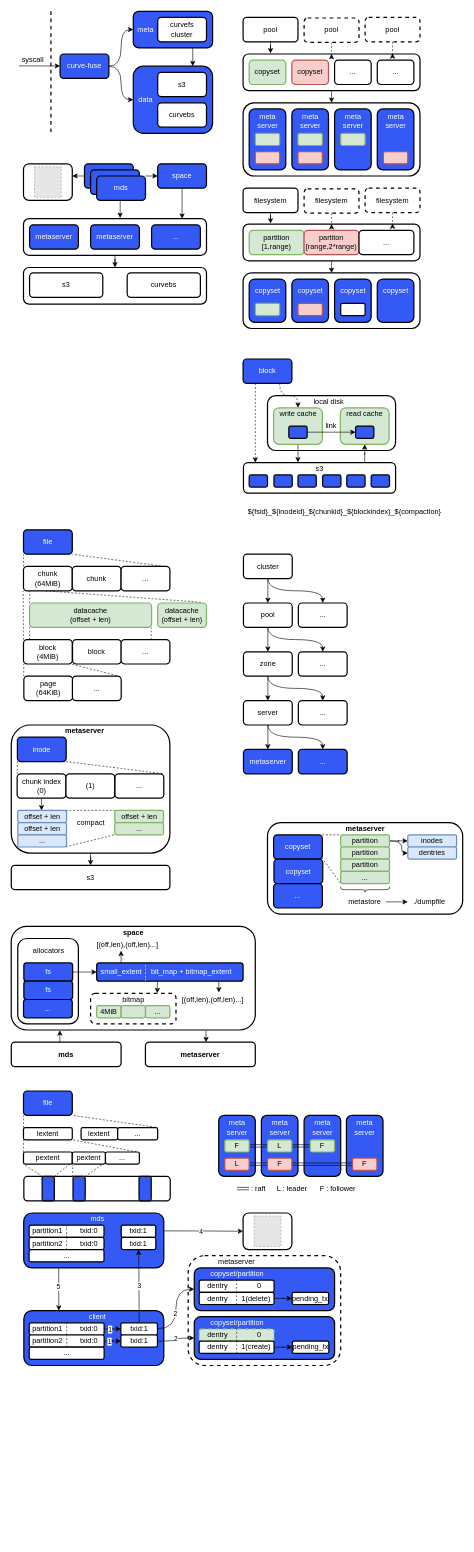
This is page "curvefs" (1 of 2) of curve/curve.drawio from EarthWind/deeparch, a draw.io file, before an edit. Source tidied: cells renumbered, new cells numbered last; positions are measured from the earlier drawing's top-left corner, leaving out a move shared by most shapes. Both pictures are drawn from the tidied source at 61%, with x=0, y=0 at pixel (11, 11). Pictures stored in the file or linked from it are replaced by grey dashed boxes.
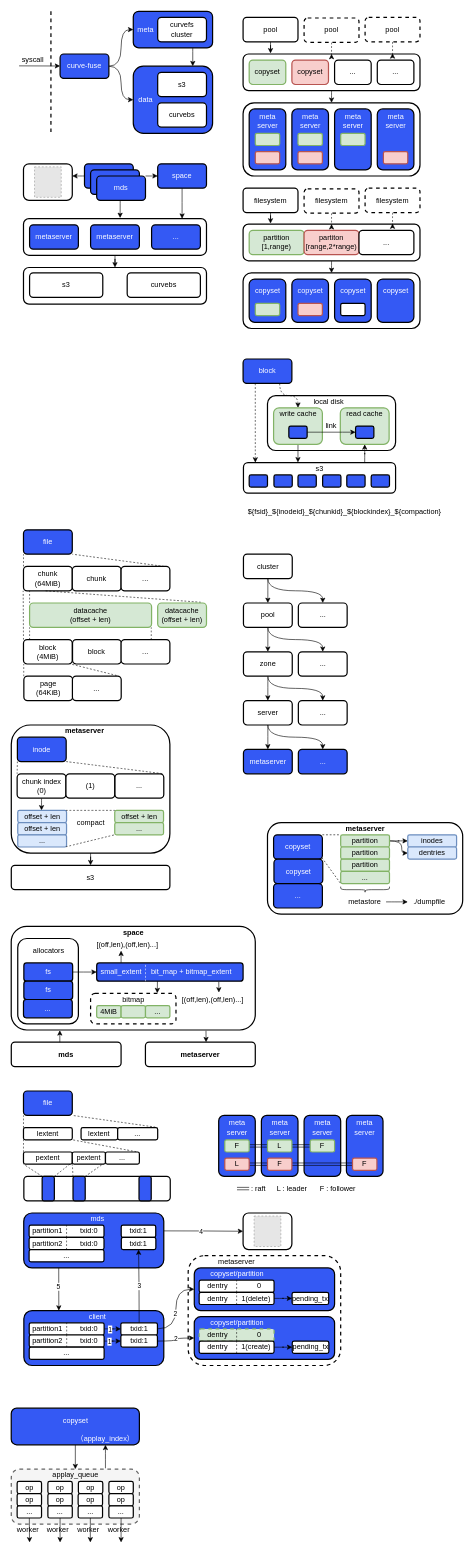
The same page after the edit.

Change to the diagram source:
```diff
@@
+    <mxCell id="336" style="rounded=1;whiteSpace=wrap;html=1;strokeWidth=2;fillWeight=1;hachureGap=4;hachureAngle=45;sketch=0;shadow=0;dashed=1;fillColor=#f5f5f5;fontColor=#333333;strokeColor=#666666;" parent="1" vertex="1">
+      <mxGeometry y="2390" width="210" height="90" as="geometry" />
+    </mxCell>
@@
+    <mxCell id="337" style="edgeStyle=orthogonalEdgeStyle;rounded=0;jettySize=auto;html=1;curved=1;" parent="1" edge="1" source="338" target="336">
+      <mxGeometry relative="1" as="geometry" />
+    </mxCell>
+    <mxCell id="338" style="rounded=1;whiteSpace=wrap;html=1;strokeWidth=2;fillWeight=1;hachureGap=4;hachureAngle=45;sketch=0;shadow=0;fillColor=#3459F4;fontColor=#FFFFFF;" parent="1" vertex="1">
+      <mxGeometry x="-0.1" y="2290" width="210.1" height="60" as="geometry" />
+    </mxCell>
+    <mxCell id="339" value="op" style="rounded=1;whiteSpace=wrap;html=1;strokeWidth=2;fillWeight=1;hachureGap=4;hachureAngle=45;sketch=0;shadow=0;" parent="1" vertex="1">
+      <mxGeometry x="60" y="2410" width="40" height="20" as="geometry" />
+    </mxCell>
+    <mxCell id="340" value="op" style="rounded=1;whiteSpace=wrap;html=1;strokeWidth=2;fillWeight=1;hachureGap=4;hachureAngle=45;sketch=0;shadow=0;" parent="1" vertex="1">
+      <mxGeometry x="60" y="2430" width="40" height="20" as="geometry" />
+    </mxCell>
+    <mxCell id="341" value="op" style="rounded=1;whiteSpace=wrap;html=1;strokeWidth=2;fillWeight=1;hachureGap=4;hachureAngle=45;sketch=0;shadow=0;" parent="1" vertex="1">
+      <mxGeometry x="110" y="2410" width="40" height="20" as="geometry" />
+    </mxCell>
+    <mxCell id="342" value="op" style="rounded=1;whiteSpace=wrap;html=1;strokeWidth=2;fillWeight=1;hachureGap=4;hachureAngle=45;sketch=0;shadow=0;" parent="1" vertex="1">
+      <mxGeometry x="109.6" y="2430" width="40" height="20" as="geometry" />
+    </mxCell>
+    <mxCell id="343" value="op" style="rounded=1;whiteSpace=wrap;html=1;strokeWidth=2;fillWeight=1;hachureGap=4;hachureAngle=45;sketch=0;shadow=0;" parent="1" vertex="1">
+      <mxGeometry x="160" y="2410" width="40" height="20" as="geometry" />
+    </mxCell>
+    <mxCell id="344" value="op" style="rounded=1;whiteSpace=wrap;html=1;strokeWidth=2;fillWeight=1;hachureGap=4;hachureAngle=45;sketch=0;shadow=0;" parent="1" vertex="1">
+      <mxGeometry x="160" y="2430" width="40" height="20" as="geometry" />
+    </mxCell>
+    <mxCell id="345" value="op" style="rounded=1;whiteSpace=wrap;html=1;strokeWidth=2;fillWeight=1;hachureGap=4;hachureAngle=45;sketch=0;shadow=0;" parent="1" vertex="1">
+      <mxGeometry x="9.6" y="2410" width="40" height="20" as="geometry" />
+    </mxCell>
+    <mxCell id="346" value="op" style="rounded=1;whiteSpace=wrap;html=1;strokeWidth=2;fillWeight=1;hachureGap=4;hachureAngle=45;sketch=0;shadow=0;" parent="1" vertex="1">
+      <mxGeometry x="9.6" y="2430" width="40" height="20" as="geometry" />
+    </mxCell>
+    <mxCell id="347" style="edgeStyle=orthogonalEdgeStyle;curved=1;rounded=0;jettySize=auto;html=1;fontColor=#FFFFFF;" parent="1" edge="1" source="348">
+      <mxGeometry relative="1" as="geometry">
+        <mxPoint x="30" y="2510" as="targetPoint" />
+      </mxGeometry>
+    </mxCell>
+    <mxCell id="348" value="..." style="rounded=1;whiteSpace=wrap;html=1;strokeWidth=2;fillWeight=1;hachureGap=4;hachureAngle=45;sketch=0;shadow=0;" parent="1" vertex="1">
+      <mxGeometry x="9.6" y="2450" width="40" height="20" as="geometry" />
+    </mxCell>
+    <mxCell id="349" style="edgeStyle=orthogonalEdgeStyle;curved=1;rounded=0;jettySize=auto;html=1;fontColor=#FFFFFF;startArrow=none;startFill=0;endArrow=classic;endFill=1;" parent="1" edge="1" source="350">
+      <mxGeometry relative="1" as="geometry">
+        <mxPoint x="80" y="2510" as="targetPoint" />
+      </mxGeometry>
+    </mxCell>
+    <mxCell id="350" value="..." style="rounded=1;whiteSpace=wrap;html=1;strokeWidth=2;fillWeight=1;hachureGap=4;hachureAngle=45;sketch=0;shadow=0;" parent="1" vertex="1">
+      <mxGeometry x="60" y="2450" width="40" height="20" as="geometry" />
+    </mxCell>
+    <mxCell id="351" style="edgeStyle=orthogonalEdgeStyle;curved=1;rounded=0;jettySize=auto;html=1;fontColor=#FFFFFF;startArrow=none;startFill=0;endArrow=classic;endFill=1;" parent="1" edge="1" source="352">
+      <mxGeometry relative="1" as="geometry">
+        <mxPoint x="129.6" y="2510" as="targetPoint" />
+      </mxGeometry>
+    </mxCell>
+    <mxCell id="352" value="..." style="rounded=1;whiteSpace=wrap;html=1;strokeWidth=2;fillWeight=1;hachureGap=4;hachureAngle=45;sketch=0;shadow=0;" parent="1" vertex="1">
+      <mxGeometry x="109.6" y="2450" width="40" height="20" as="geometry" />
+    </mxCell>
+    <mxCell id="353" style="edgeStyle=orthogonalEdgeStyle;curved=1;rounded=0;jettySize=auto;html=1;fontColor=#FFFFFF;startArrow=none;startFill=0;endArrow=classic;endFill=1;" parent="1" edge="1" source="354">
+      <mxGeometry relative="1" as="geometry">
+        <mxPoint x="180" y="2510" as="targetPoint" />
+      </mxGeometry>
+    </mxCell>
+    <mxCell id="354" value="..." style="rounded=1;whiteSpace=wrap;html=1;strokeWidth=2;fillWeight=1;hachureGap=4;hachureAngle=45;sketch=0;shadow=0;" parent="1" vertex="1">
+      <mxGeometry x="160" y="2450" width="40" height="20" as="geometry" />
+    </mxCell>
+    <mxCell id="355" value="applay_queue" style="text;html=1;align=center;verticalAlign=middle;strokeColor=none;fillColor=none;" parent="1" vertex="1">
+      <mxGeometry x="60" y="2390" width="90" height="20" as="geometry" />
+    </mxCell>
+    <mxCell id="356" style="edgeStyle=orthogonalEdgeStyle;curved=1;rounded=0;jettySize=auto;html=1;entryX=0.735;entryY=-0.016;entryDx=0;entryDy=0;entryPerimeter=0;fontColor=#FFFFFF;endArrow=none;endFill=0;startArrow=classic;startFill=1;" parent="1" edge="1" source="357" target="336">
+      <mxGeometry relative="1" as="geometry" />
+    </mxCell>
+    <mxCell id="357" value="（applay_index）" style="text;html=1;align=center;verticalAlign=middle;points=[];strokeColor=none;fillColor=none;fontColor=#FFFFFF;" parent="1" vertex="1">
+      <mxGeometry x="99.4" y="2330" width="110" height="20" as="geometry" />
+    </mxCell>
+    <mxCell id="358" value="&lt;font color=&quot;#000000&quot;&gt;worker&lt;/font&gt;" style="text;html=1;align=center;verticalAlign=middle;strokeColor=none;fillColor=none;fontColor=#FFFFFF;" parent="1" vertex="1">
+      <mxGeometry x="2" y="2480" width="50" height="20" as="geometry" />
+    </mxCell>
+    <mxCell id="359" value="&lt;font color=&quot;#ffffff&quot;&gt;copyset&lt;/font&gt;" style="text;html=1;align=center;verticalAlign=middle;strokeColor=none;fillColor=none;fontColor=#000000;" parent="1" vertex="1">
+      <mxGeometry x="75" y="2300" width="60" height="20" as="geometry" />
+    </mxCell>
+    <mxCell id="360" value="&lt;font color=&quot;#000000&quot;&gt;worker&lt;/font&gt;" style="text;html=1;align=center;verticalAlign=middle;strokeColor=none;fillColor=none;fontColor=#FFFFFF;" parent="1" vertex="1">
+      <mxGeometry x="51.2" y="2480" width="50" height="20" as="geometry" />
+    </mxCell>
+    <mxCell id="361" value="&lt;font color=&quot;#000000&quot;&gt;worker&lt;/font&gt;" style="text;html=1;align=center;verticalAlign=middle;strokeColor=none;fillColor=none;fontColor=#FFFFFF;" parent="1" vertex="1">
+      <mxGeometry x="101.2" y="2480" width="50" height="20" as="geometry" />
+    </mxCell>
+    <mxCell id="362" value="&lt;font color=&quot;#000000&quot;&gt;worker&lt;/font&gt;" style="text;html=1;align=center;verticalAlign=middle;strokeColor=none;fillColor=none;fontColor=#FFFFFF;" parent="1" vertex="1">
+      <mxGeometry x="150.6" y="2480" width="50" height="20" as="geometry" />
+    </mxCell>
```
